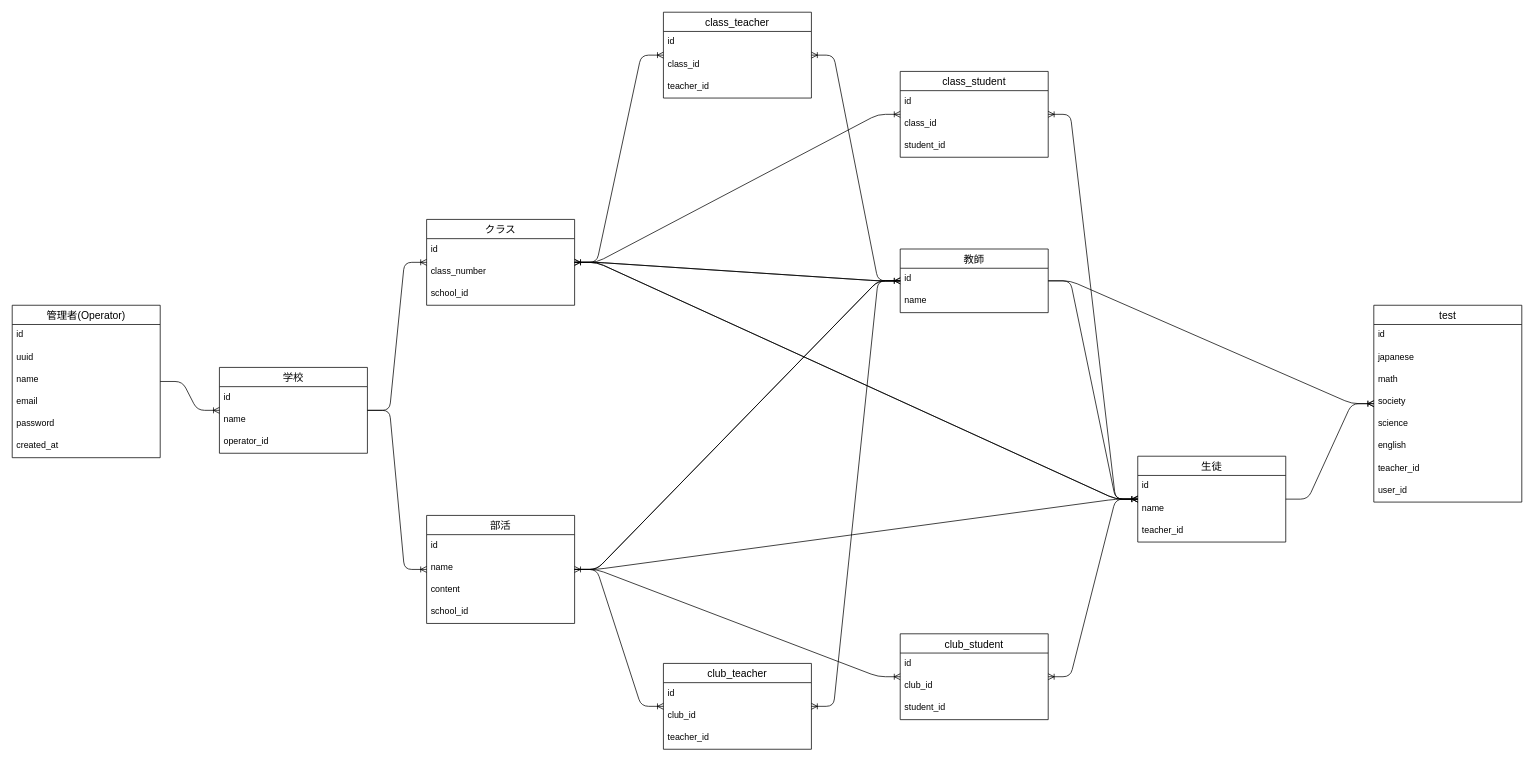
hikobend/school_list keeps this draw.io diagram as src/dio/struc.dio. Above is the earlier version. Source tidied: cells renumbered, new cells numbered last; positions are measured from the earlier drawing's top-left corner, leaving out a move shared by most shapes. Both pictures are drawn from the tidied source at 74%, with x=0, y=0 at pixel (12, 12).
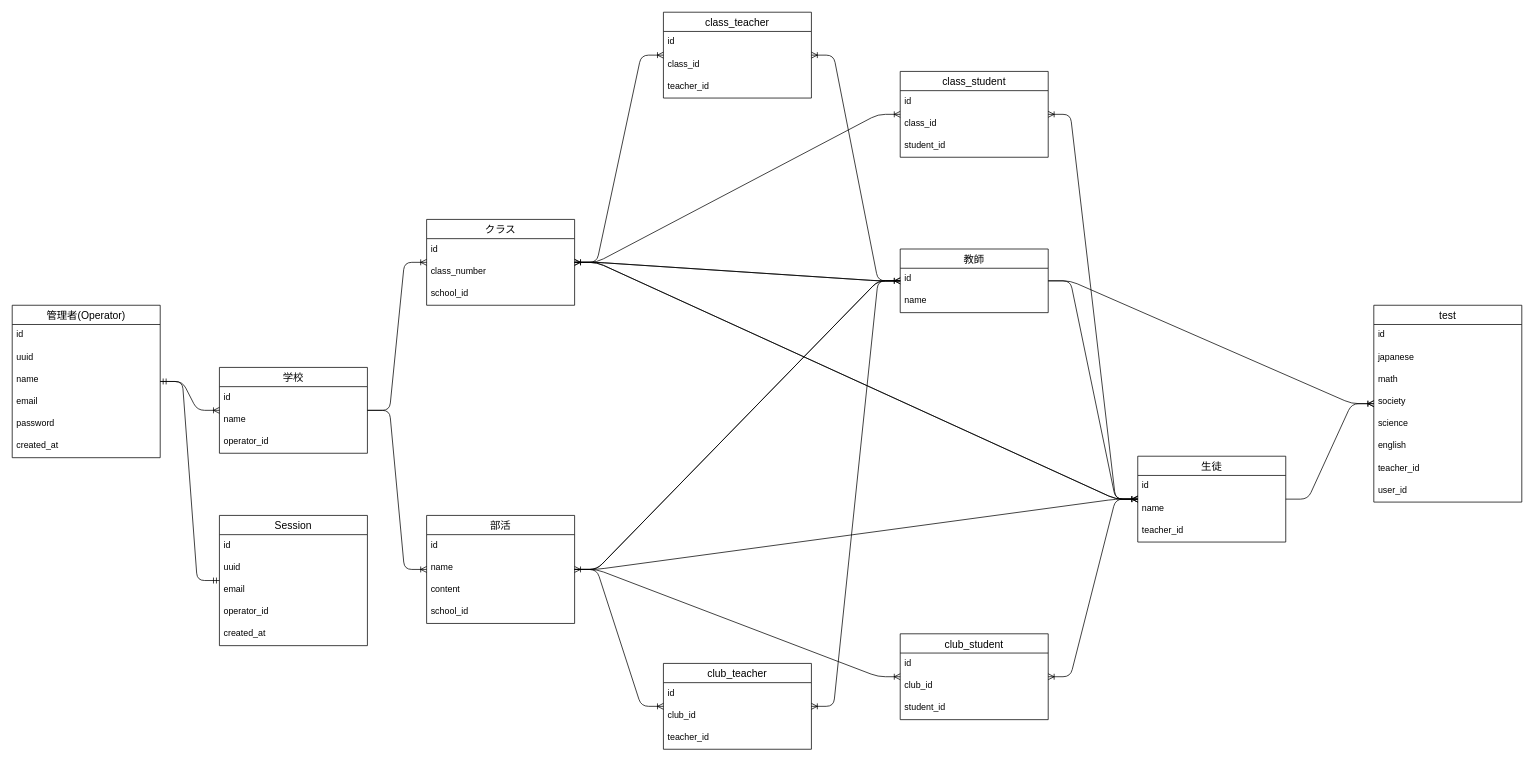
Above is the later version.

The change refers to these unchanged cells:
```xml
<mxCell id="67" value="管理者(Operator)" style="swimlane;fontStyle=0;horizontal=1;startSize=26;align=center;fontSize=14;" parent="1" vertex="1">
  <mxGeometry y="396" width="200" height="206" as="geometry" />
</mxCell>
```

Change to the diagram source:
```diff
@@
+    <mxCell id="75" value="Session" style="swimlane;fontStyle=0;horizontal=1;startSize=26;align=center;fontSize=14;" parent="1" vertex="1">
+      <mxGeometry x="280" y="680" width="200" height="176" as="geometry" />
+    </mxCell>
+    <mxCell id="76" value="id" style="text;strokeColor=none;fillColor=none;spacingLeft=4;spacingRight=4;overflow=hidden;fontSize=12;" parent="75" vertex="1">
+      <mxGeometry y="26" width="200" height="30" as="geometry" />
+    </mxCell>
+    <mxCell id="77" value="uuid" style="text;strokeColor=none;fillColor=none;spacingLeft=4;spacingRight=4;overflow=hidden;fontSize=12;" parent="75" vertex="1">
+      <mxGeometry y="56" width="200" height="30" as="geometry" />
+    </mxCell>
+    <mxCell id="78" value="email" style="text;strokeColor=none;fillColor=none;spacingLeft=4;spacingRight=4;overflow=hidden;fontSize=12;" parent="75" vertex="1">
+      <mxGeometry y="86" width="200" height="30" as="geometry" />
+    </mxCell>
+    <mxCell id="79" value="operator_id" style="text;strokeColor=none;fillColor=none;spacingLeft=4;spacingRight=4;overflow=hidden;fontSize=12;" parent="75" vertex="1">
+      <mxGeometry y="116" width="200" height="30" as="geometry" />
+    </mxCell>
+    <mxCell id="80" value="created_at" style="text;strokeColor=none;fillColor=none;spacingLeft=4;spacingRight=4;overflow=hidden;fontSize=12;" parent="75" vertex="1">
+      <mxGeometry y="146" width="200" height="30" as="geometry" />
+    </mxCell>
+    <mxCell id="81" style="edgeStyle=entityRelationEdgeStyle;fontSize=12;html=1;endArrow=ERmandOne;startArrow=ERmandOne;" parent="1" edge="1" source="67" target="75">
+      <mxGeometry relative="1" as="geometry" />
+    </mxCell>
```
